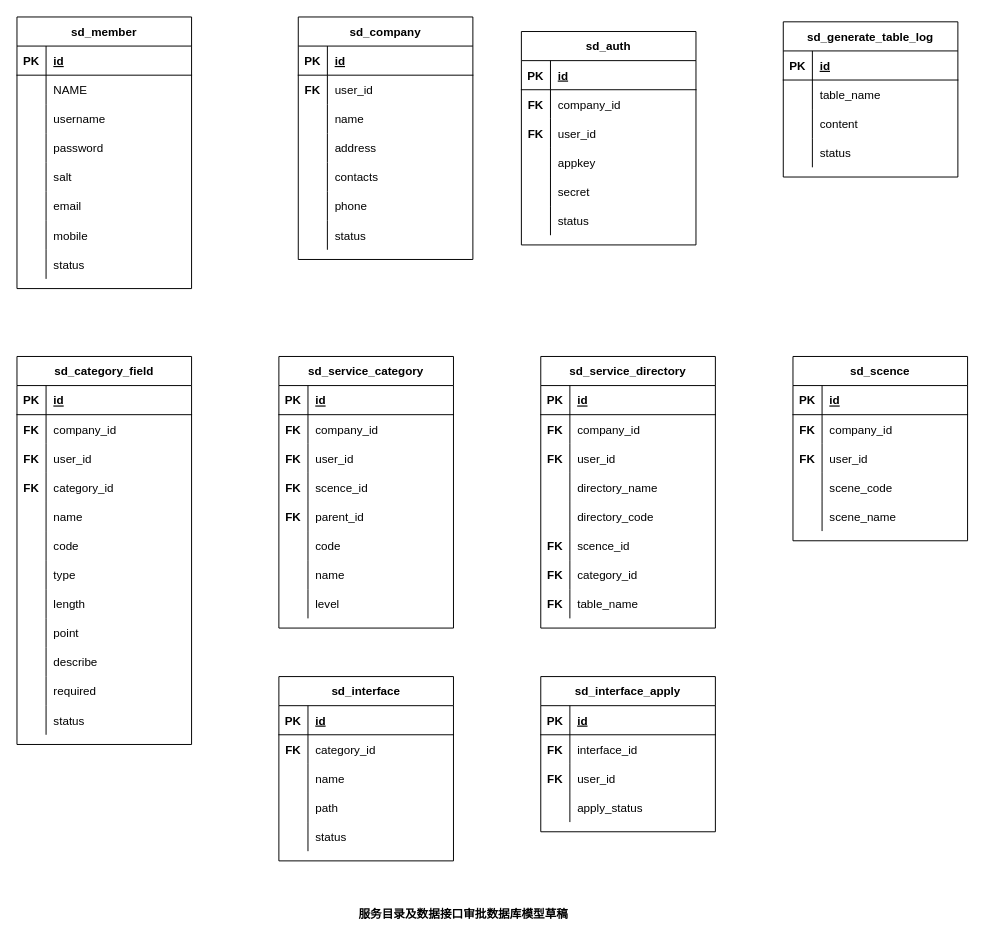
ab-doc/draw.io keeps this draw.io diagram as src/work/wyjz/service_directory/database_design_20220929.drawio. Above is the earlier version. Source tidied: cells renumbered, new cells numbered last; positions are measured from the earlier drawing's top-left corner, leaving out a move shared by most shapes. Both pictures are drawn from the tidied source at 97%, with x=0, y=0 at pixel (16, 16).
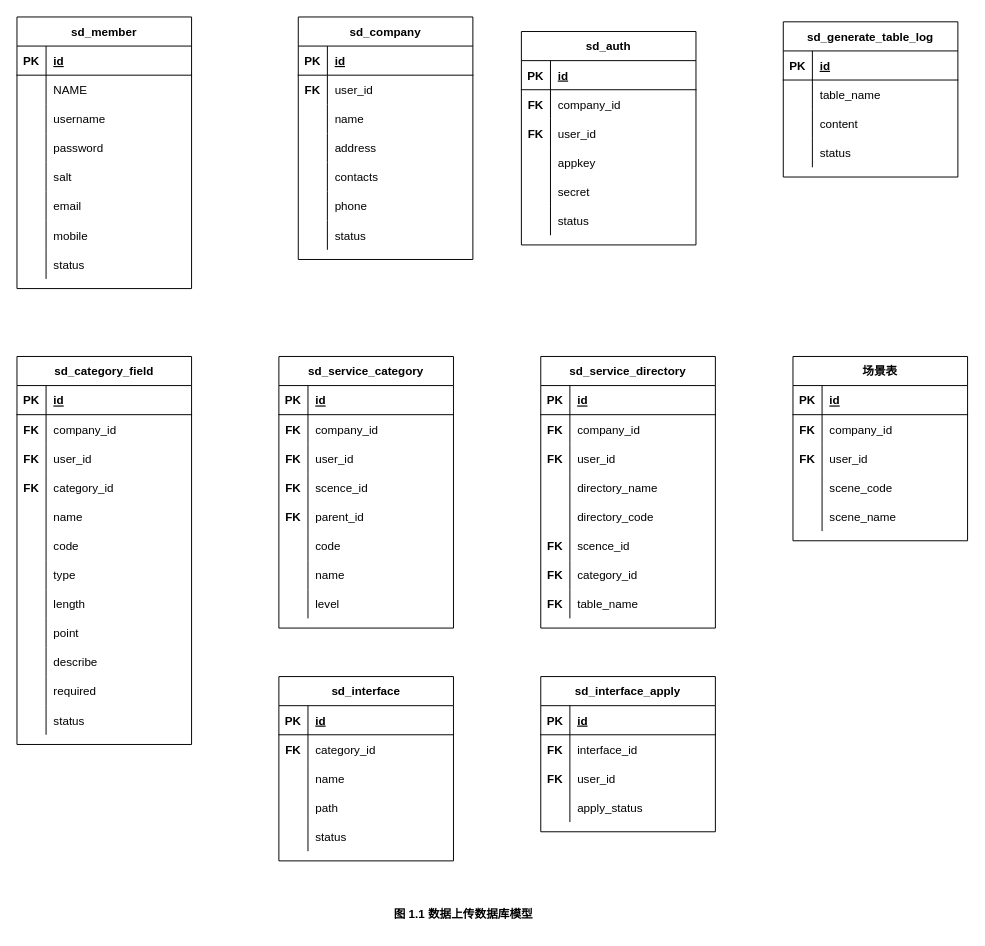
The same page after the edit.

Change to the diagram source:
```diff
@@
-    <mxCell id="74" value="sd_scence" style="shape=table;startSize=30;childLayout=tableLayout;rowLines=0;fontStyle=1;align=center;" parent="1" vertex="1">
+    <mxCell id="74" value="场景表" style="shape=table;startSize=30;childLayout=tableLayout;rowLines=0;fontStyle=1;align=center;" parent="1" vertex="1">
       <mxGeometry x="800" y="350" width="180" height="190" as="geometry" />
     </mxCell>
@@
-    <mxCell id="213" value="&lt;b&gt;服务目录及数据接口审批数据库模型草稿&lt;/b&gt;" style="text;html=1;align=center;verticalAlign=middle;strokeColor=none;fillColor=none;" parent="1" vertex="1">
-      <mxGeometry x="340" y="910" width="240" height="30" as="geometry" />
+    <mxCell id="213" value="&lt;b&gt;图 1.1 数据上传数据库模型&lt;/b&gt;" style="text;html=1;align=center;verticalAlign=middle;strokeColor=none;fillColor=none;" parent="1" vertex="1">
+      <mxGeometry x="375" y="910" width="170" height="30" as="geometry" />
     </mxCell>
```
